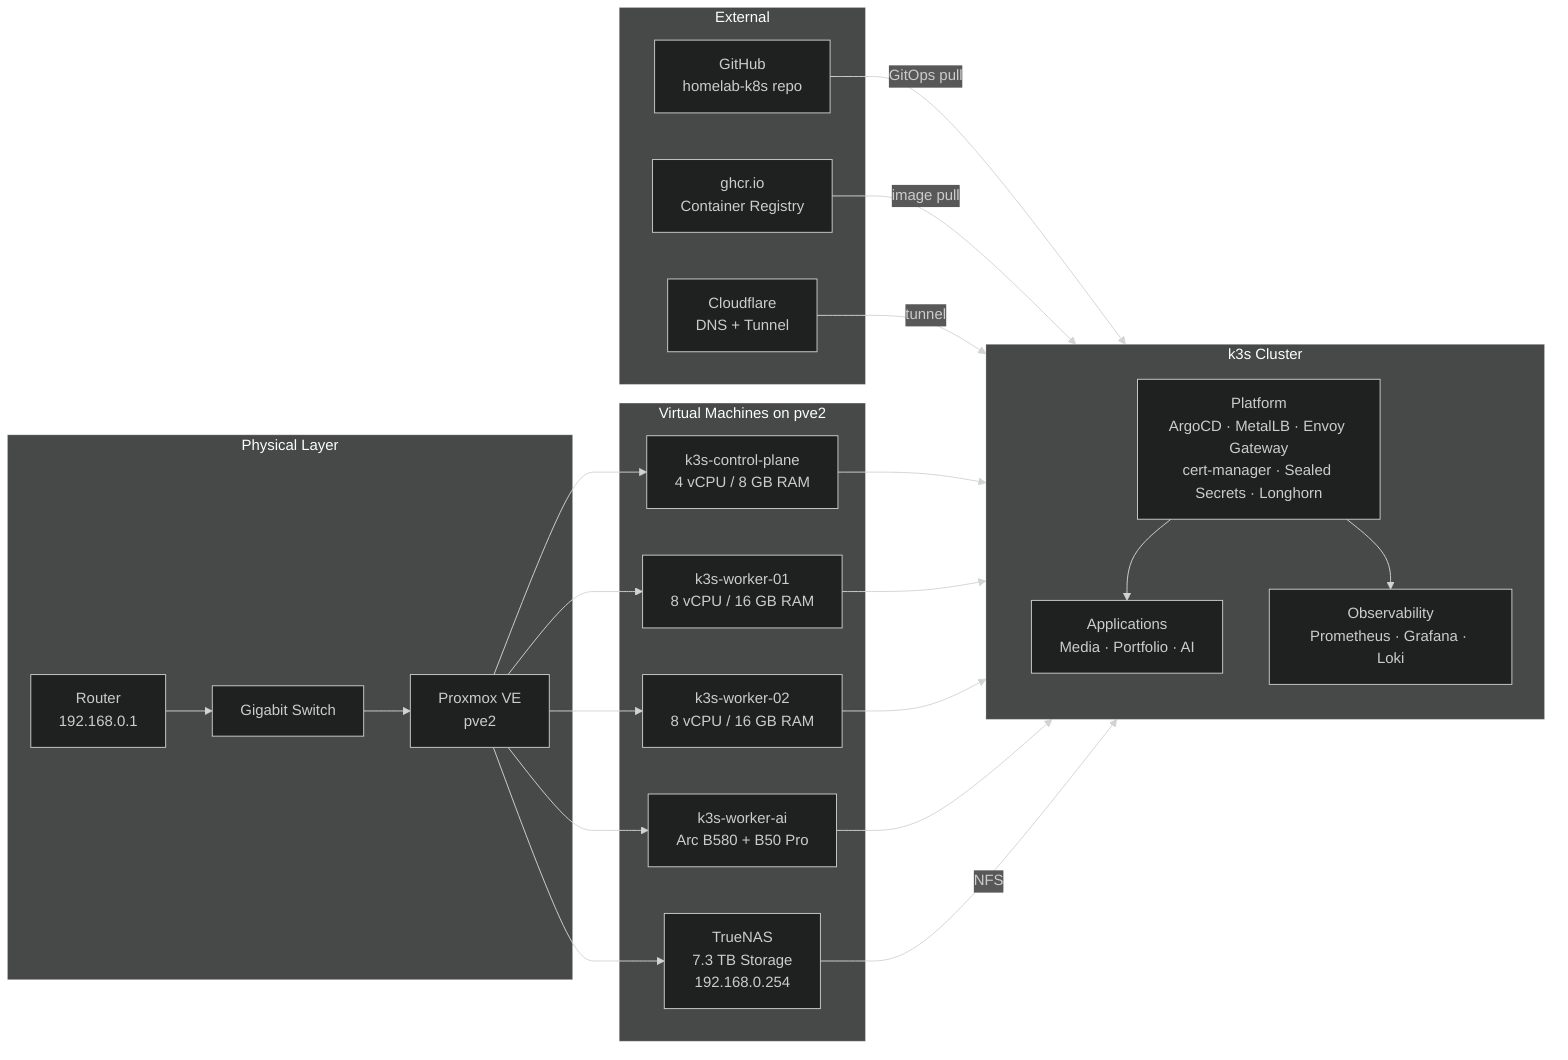
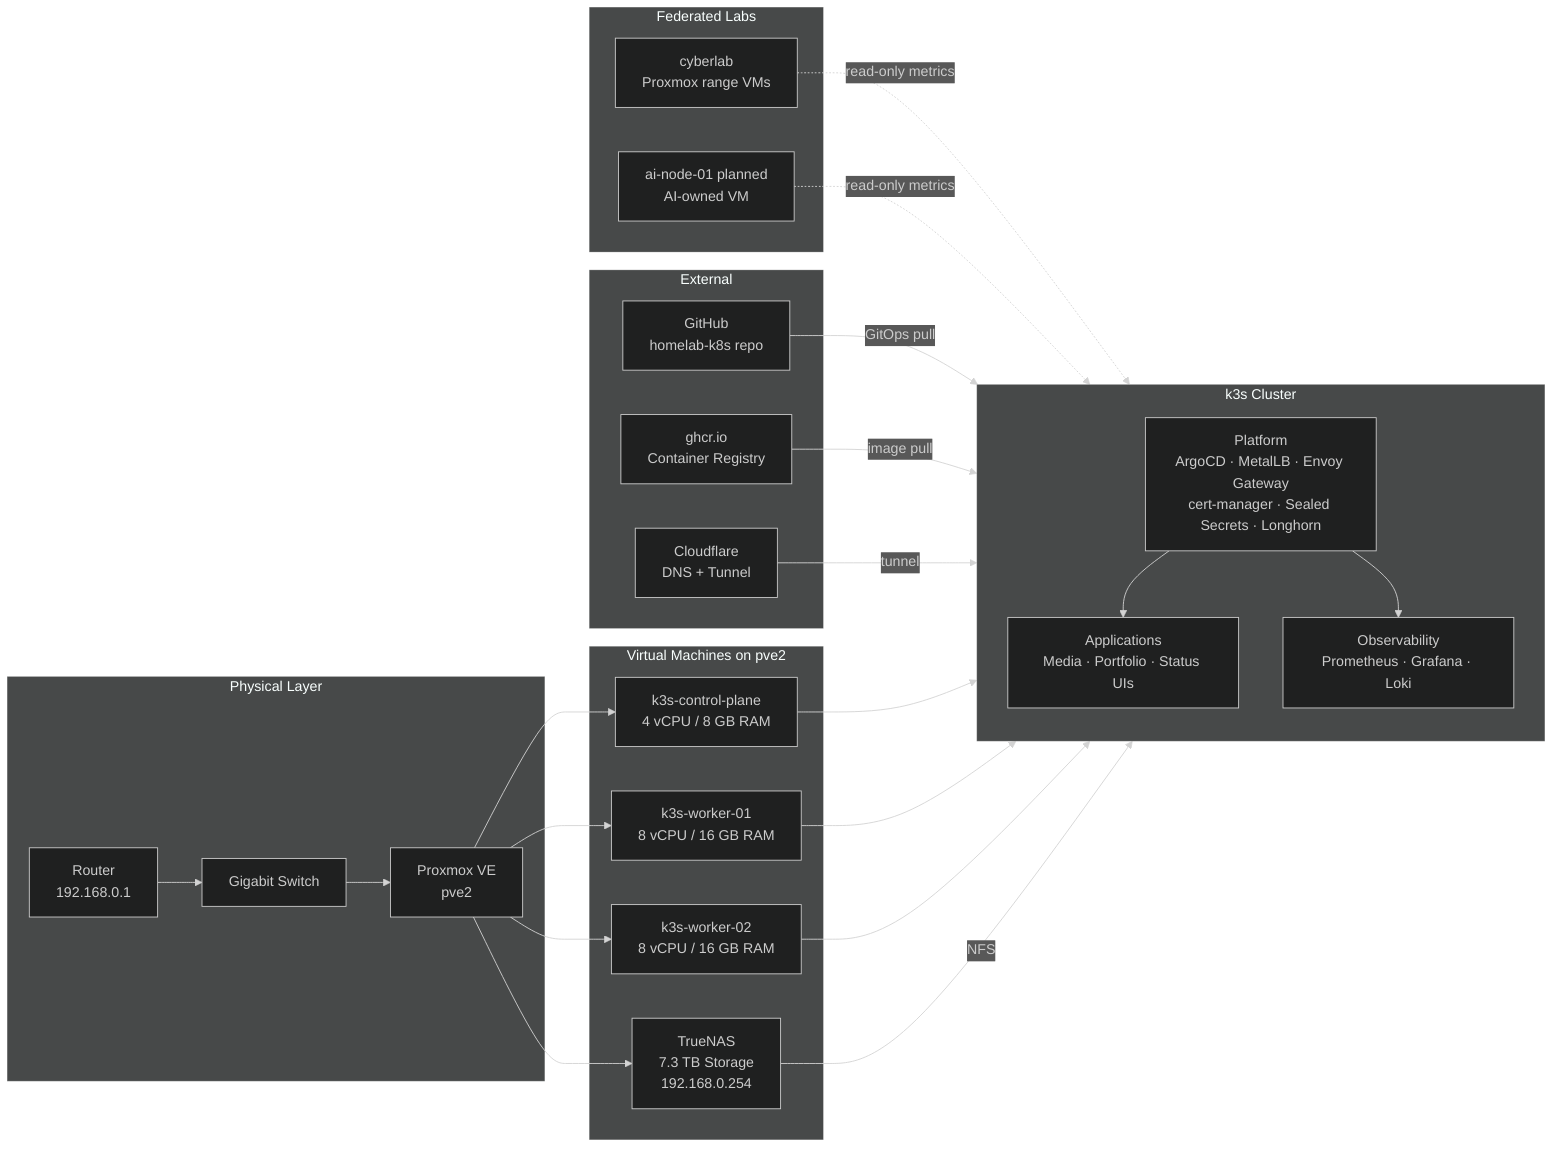
%%{ init: { "theme": "dark" } }%%
flowchart LR
    subgraph Physical["Physical Layer"]
        Router["Router\n192.168.0.1"]
        Switch["Gigabit Switch"]
        PVE["Proxmox VE\npve2"]
    end

    subgraph VMs["Virtual Machines on pve2"]
        CP["k3s-control-plane\n4 vCPU / 8 GB RAM"]
        W1["k3s-worker-01\n8 vCPU / 16 GB RAM"]
        W2["k3s-worker-02\n8 vCPU / 16 GB RAM"]
-         WAI["k3s-worker-ai\nArc B580 + B50 Pro"]
        TN["TrueNAS\n7.3 TB Storage\n192.168.0.254"]
+     end
+ 
+     subgraph FederatedLabs["Federated Labs"]
+         CYB["cyberlab\nProxmox range VMs"]
+         AI["ai-node-01 planned\nAI-owned VM"]
    end

    subgraph Cluster["k3s Cluster"]
        direction TB
        Platform["Platform\nArgoCD · MetalLB · Envoy Gateway\ncert-manager · Sealed Secrets · Longhorn"]
-         Apps["Applications\nMedia · Portfolio · AI"]
+         Apps["Applications\nMedia · Portfolio · Status UIs"]
        Obs["Observability\nPrometheus · Grafana · Loki"]
    end

    subgraph External["External"]
        CF["Cloudflare\nDNS + Tunnel"]
        GHCR["ghcr.io\nContainer Registry"]
        GitHub["GitHub\nhomelab-k8s repo"]
    end

    Router --> Switch
    Switch --> PVE
    PVE --> CP
    PVE --> W1
    PVE --> W2
-     PVE --> WAI
    PVE --> TN

    CP --> Cluster
    W1 --> Cluster
    W2 --> Cluster
-     WAI --> Cluster
    TN -->|"NFS"| Cluster
+     CYB -.->|"read-only metrics"| Obs
+     AI -.->|"read-only metrics"| Obs

    GitHub -->|"GitOps pull"| Platform
    GHCR -->|"image pull"| Apps
    CF -->|"tunnel"| Apps

    Platform --> Apps
    Platform --> Obs
